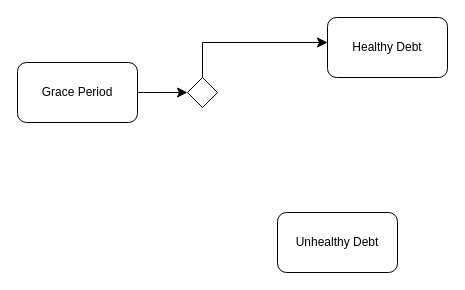
The draw.io diagram page "Page-2" (2 of 2) of workshop6_week7.drawio in antonykimuom/SWEN30006-2025-SM1-workshop1-tuew05-14-00-team-12, before the edit. Source tidied: cells renumbered, new cells numbered last; positions are measured from the earlier drawing's top-left corner, leaving out a move shared by most shapes. Both pictures are drawn from the tidied source at 100%, with x=0, y=0 at pixel (17, 17).
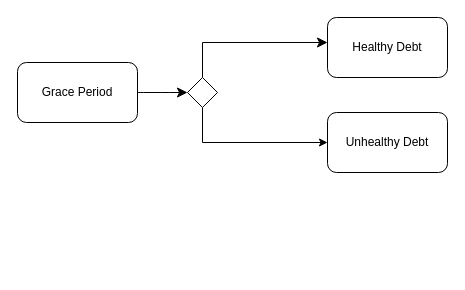
The same diagram, later.

Commit message:
grace to unhealthy

The edit, as a diff of the source:
```diff
@@
 <mxGraphModel>
   <root>
     <mxCell id="0" />
     <mxCell id="1" parent="0" />
     <mxCell id="2" style="edgeStyle=none;curved=1;rounded=0;jettySize=auto;html=1;fontSize=12;startSize=8;endSize=8;" parent="1" edge="1" source="3" target="7">
       <mxGeometry relative="1" as="geometry" />
     </mxCell>
     <mxCell id="3" value="Grace Period" style="rounded=1;whiteSpace=wrap;html=1;" parent="1" vertex="1">
       <mxGeometry y="45" width="120" height="60" as="geometry" />
     </mxCell>
     <mxCell id="4" value="Healthy Debt" style="rounded=1;whiteSpace=wrap;html=1;" parent="1" vertex="1">
       <mxGeometry x="310" width="120" height="60" as="geometry" />
     </mxCell>
     <mxCell id="5" value="Unhealthy Debt" style="rounded=1;whiteSpace=wrap;html=1;" parent="1" vertex="1">
-      <mxGeometry x="260" y="195" width="120" height="60" as="geometry" />
+      <mxGeometry x="310" y="95" width="120" height="60" as="geometry" />
     </mxCell>
     <mxCell id="6" style="edgeStyle=orthogonalEdgeStyle;rounded=0;jettySize=auto;html=1;fontSize=12;startSize=8;endSize=8;" parent="1" edge="1" source="7" target="4">
       <mxGeometry relative="1" as="geometry">
         <Array as="points">
           <mxPoint x="185" y="25" />
         </Array>
       </mxGeometry>
     </mxCell>
     <mxCell id="7" style="rhombus;whiteSpace=wrap;html=1;" parent="1" vertex="1">
       <mxGeometry x="170" y="60" width="30" height="30" as="geometry" />
     </mxCell>
+    <mxCell id="8" style="endArrow=classic;html=1;rounded=0;exitX=0.5;exitY=1;exitDx=0;exitDy=0;entryX=0;entryY=0.5;entryDx=0;entryDy=0;" parent="1" edge="1" source="7" target="5">
+      <mxGeometry relative="1" as="geometry">
+        <Array as="points">
+          <mxPoint x="185" y="125" />
+        </Array>
+      </mxGeometry>
+    </mxCell>
   </root>
 </mxGraphModel>
```
